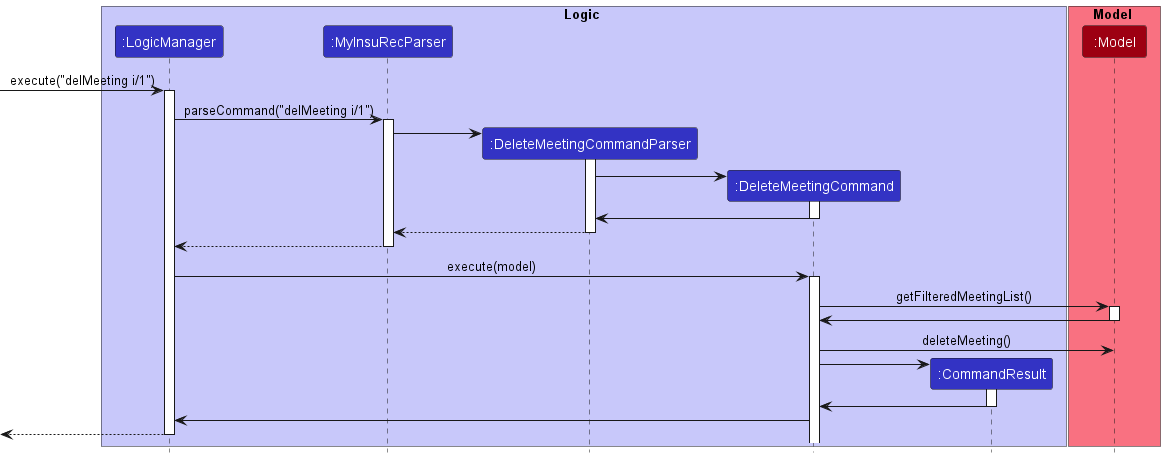
nus-cs2103-AY2223S1/tp keeps this PlantUML diagram as docs/images/DeleteMeetingSequenceDiagram.png. Above is the earlier version. Source of this version:
```plantuml
@startuml
!include style.puml

box Logic LOGIC_COLOR_T1
participant ":LogicManager" as LogicManager LOGIC_COLOR
participant ":MyInsuRecParser" as MyInsuRecParser LOGIC_COLOR
participant ":DeleteMeetingCommandParser" as DeleteMeetingCommandParser LOGIC_COLOR
participant ":DeleteMeetingCommand" as DeleteMeetingCommand LOGIC_COLOR
participant ":CommandResult" as CommandResult LOGIC_COLOR
end box

box Model MODEL_COLOR_T1
participant ":Model" as Model MODEL_COLOR
end box
[-> LogicManager : execute("delMeeting i/1")
activate LogicManager

LogicManager -> MyInsuRecParser : parseCommand("delMeeting i/1")
activate MyInsuRecParser

create DeleteMeetingCommandParser
MyInsuRecParser -> DeleteMeetingCommandParser
activate DeleteMeetingCommandParser

create DeleteMeetingCommand
DeleteMeetingCommandParser -> DeleteMeetingCommand
activate DeleteMeetingCommand

DeleteMeetingCommand -> DeleteMeetingCommandParser
deactivate DeleteMeetingCommand

DeleteMeetingCommandParser --> MyInsuRecParser
deactivate DeleteMeetingCommandParser

MyInsuRecParser --> LogicManager
deactivate MyInsuRecParser

LogicManager -> DeleteMeetingCommand : execute(model)
activate DeleteMeetingCommand

DeleteMeetingCommand -> Model : getFilteredMeetingList()
activate Model

Model -> DeleteMeetingCommand
deactivate Model

DeleteMeetingCommand -> Model : deleteMeeting()

create CommandResult
DeleteMeetingCommand -> CommandResult
activate CommandResult

CommandResult -> DeleteMeetingCommand
deactivate CommandResult

DeleteMeetingCommand -> LogicManager


[<--LogicManager
deactivate LogicManager
@enduml
```
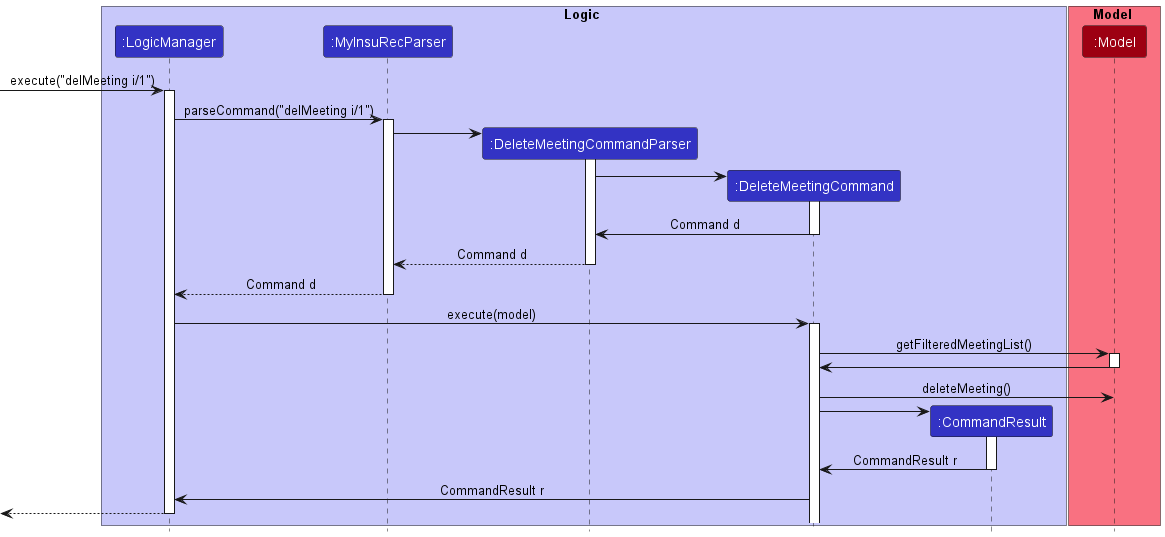
After the commit.

Commit message:
Add return value in sequence diagram

The edit, as a diff of the source:
```diff
@@ -26,13 +26,13 @@
 DeleteMeetingCommandParser -> DeleteMeetingCommand
 activate DeleteMeetingCommand
 
-DeleteMeetingCommand -> DeleteMeetingCommandParser
+DeleteMeetingCommand -> DeleteMeetingCommandParser : Command d
 deactivate DeleteMeetingCommand
 
-DeleteMeetingCommandParser --> MyInsuRecParser
+DeleteMeetingCommandParser --> MyInsuRecParser : Command d
 deactivate DeleteMeetingCommandParser
 
-MyInsuRecParser --> LogicManager
+MyInsuRecParser --> LogicManager : Command d
 deactivate MyInsuRecParser
 
 LogicManager -> DeleteMeetingCommand : execute(model)
@@ -50,11 +50,10 @@
 DeleteMeetingCommand -> CommandResult
 activate CommandResult
 
-CommandResult -> DeleteMeetingCommand
+CommandResult -> DeleteMeetingCommand : CommandResult r
 deactivate CommandResult
 
-DeleteMeetingCommand -> LogicManager
-
+DeleteMeetingCommand -> LogicManager : CommandResult r
 
 [<--LogicManager
 deactivate LogicManager
```
